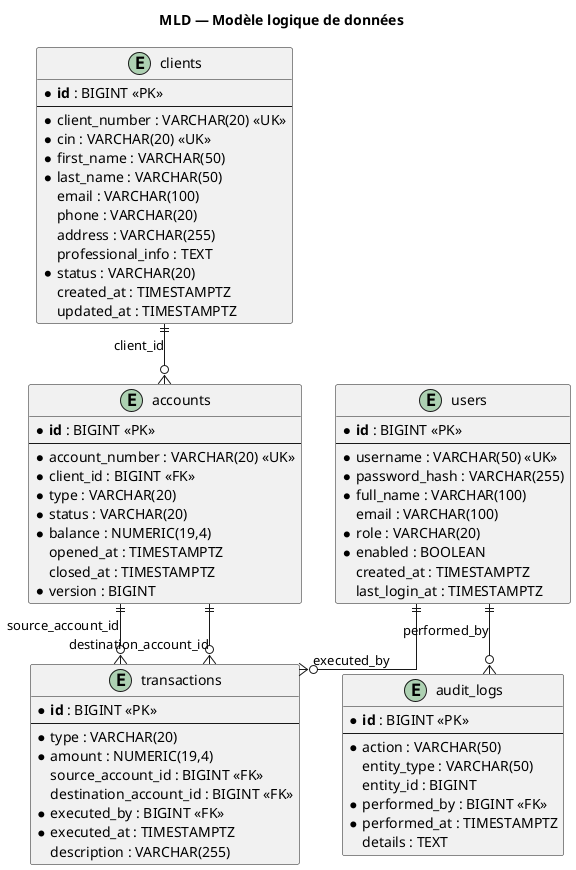
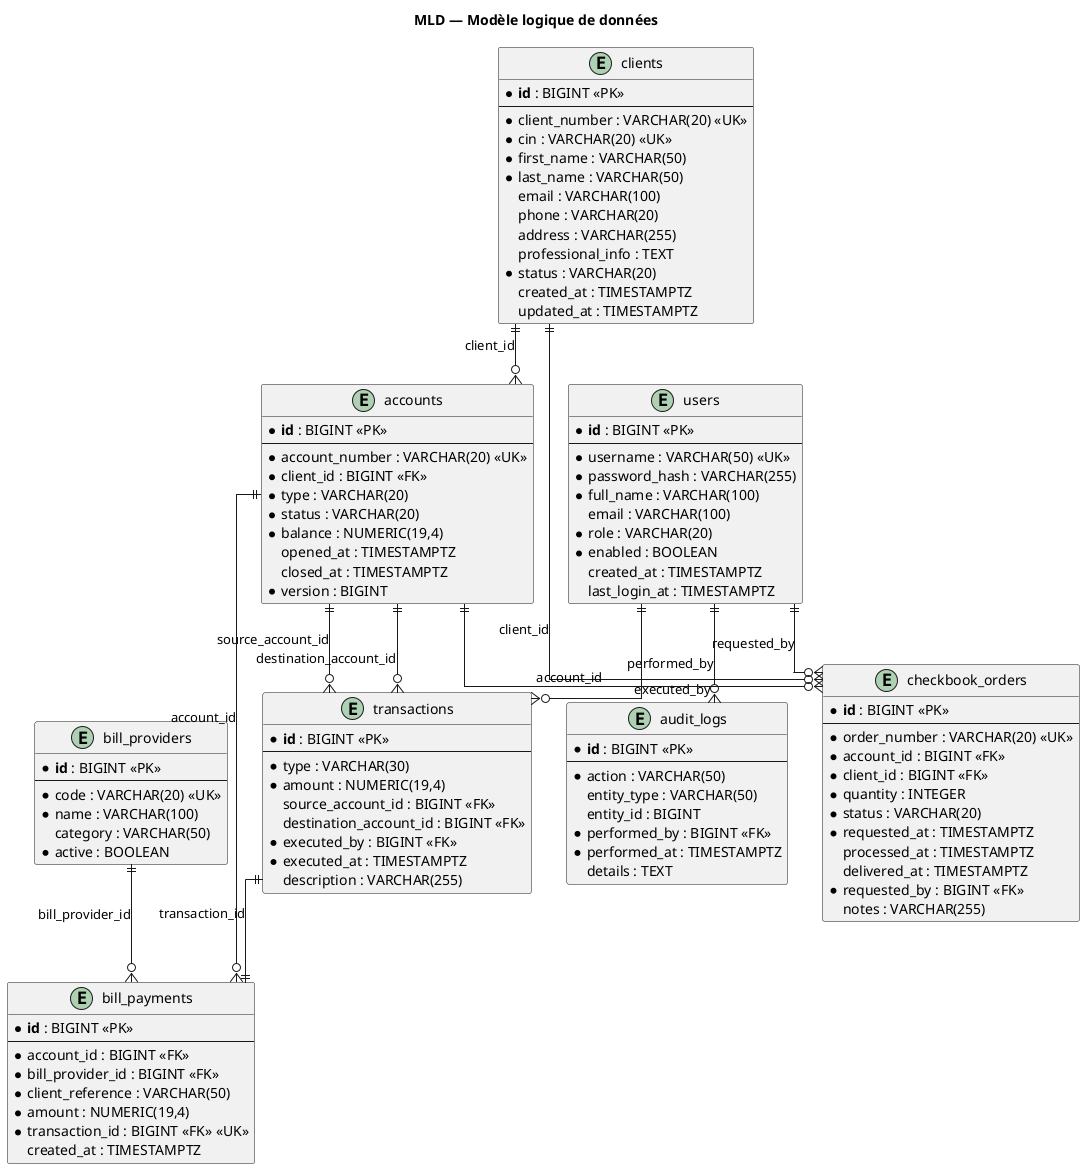
@startuml MLD
skinparam shadowing false
skinparam linetype ortho

title MLD — Modèle logique de données

entity "users" as users {
  * **id** : BIGINT <<PK>>
  --
  * username : VARCHAR(50) <<UK>>
  * password_hash : VARCHAR(255)
  * full_name : VARCHAR(100)
  email : VARCHAR(100)
  * role : VARCHAR(20)
  * enabled : BOOLEAN
  created_at : TIMESTAMPTZ
  last_login_at : TIMESTAMPTZ
}

entity "clients" as clients {
  * **id** : BIGINT <<PK>>
  --
  * client_number : VARCHAR(20) <<UK>>
  * cin : VARCHAR(20) <<UK>>
  * first_name : VARCHAR(50)
  * last_name : VARCHAR(50)
  email : VARCHAR(100)
  phone : VARCHAR(20)
  address : VARCHAR(255)
  professional_info : TEXT
  * status : VARCHAR(20)
  created_at : TIMESTAMPTZ
  updated_at : TIMESTAMPTZ
}

entity "accounts" as accounts {
  * **id** : BIGINT <<PK>>
  --
  * account_number : VARCHAR(20) <<UK>>
  * client_id : BIGINT <<FK>>
  * type : VARCHAR(20)
  * status : VARCHAR(20)
  * balance : NUMERIC(19,4)
  opened_at : TIMESTAMPTZ
  closed_at : TIMESTAMPTZ
  * version : BIGINT
}

entity "transactions" as transactions {
  * **id** : BIGINT <<PK>>
  --
-   * type : VARCHAR(20)
+   * type : VARCHAR(30)
  * amount : NUMERIC(19,4)
  source_account_id : BIGINT <<FK>>
  destination_account_id : BIGINT <<FK>>
  * executed_by : BIGINT <<FK>>
  * executed_at : TIMESTAMPTZ
  description : VARCHAR(255)
+ }
+ 
+ entity "bill_providers" as bill_providers {
+   * **id** : BIGINT <<PK>>
+   --
+   * code : VARCHAR(20) <<UK>>
+   * name : VARCHAR(100)
+   category : VARCHAR(50)
+   * active : BOOLEAN
+ }
+ 
+ entity "bill_payments" as bill_payments {
+   * **id** : BIGINT <<PK>>
+   --
+   * account_id : BIGINT <<FK>>
+   * bill_provider_id : BIGINT <<FK>>
+   * client_reference : VARCHAR(50)
+   * amount : NUMERIC(19,4)
+   * transaction_id : BIGINT <<FK>> <<UK>>
+   created_at : TIMESTAMPTZ
+ }
+ 
+ entity "checkbook_orders" as checkbook_orders {
+   * **id** : BIGINT <<PK>>
+   --
+   * order_number : VARCHAR(20) <<UK>>
+   * account_id : BIGINT <<FK>>
+   * client_id : BIGINT <<FK>>
+   * quantity : INTEGER
+   * status : VARCHAR(20)
+   * requested_at : TIMESTAMPTZ
+   processed_at : TIMESTAMPTZ
+   delivered_at : TIMESTAMPTZ
+   * requested_by : BIGINT <<FK>>
+   notes : VARCHAR(255)
}

entity "audit_logs" as audit_logs {
  * **id** : BIGINT <<PK>>
  --
  * action : VARCHAR(50)
  entity_type : VARCHAR(50)
  entity_id : BIGINT
  * performed_by : BIGINT <<FK>>
  * performed_at : TIMESTAMPTZ
  details : TEXT
}

clients ||--o{ accounts : client_id
+ clients ||--o{ checkbook_orders : client_id
users ||--o{ transactions : executed_by
+ users ||--o{ checkbook_orders : requested_by
users ||--o{ audit_logs : performed_by
accounts ||--o{ transactions : source_account_id
accounts ||--o{ transactions : destination_account_id
+ accounts ||--o{ bill_payments : account_id
+ accounts ||--o{ checkbook_orders : account_id
+ bill_providers ||--o{ bill_payments : bill_provider_id
+ transactions ||--|| bill_payments : transaction_id

@enduml
